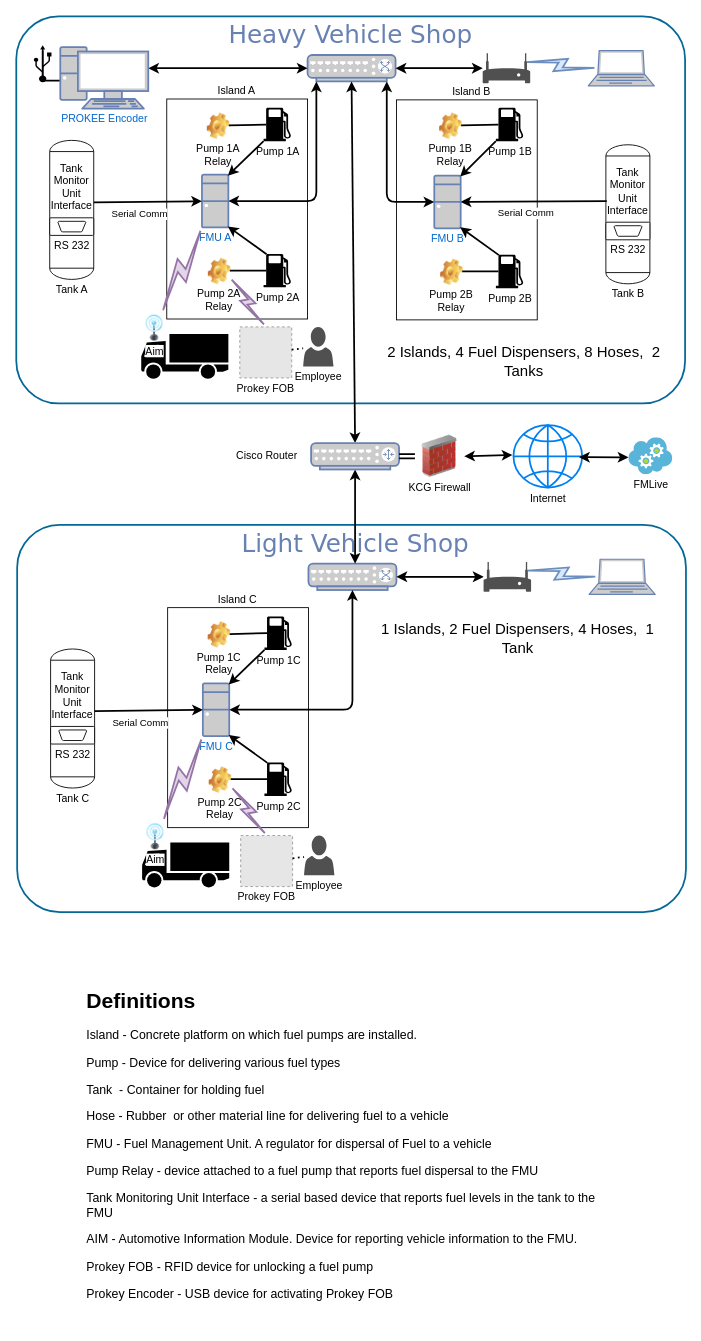
Before: Diagrams/FMLiveKCGHardwareDia.drawio in rpwaltz/FleetServices, a draw.io diagram. Source tidied: cells renumbered, new cells numbered last; positions are measured from the earlier drawing's top-left corner, leaving out a move shared by most shapes. Both pictures are drawn from the tidied source at 88%, with x=0, y=0 at pixel (16, 16). Pictures stored in the file or linked from it are replaced by grey dashed boxes.
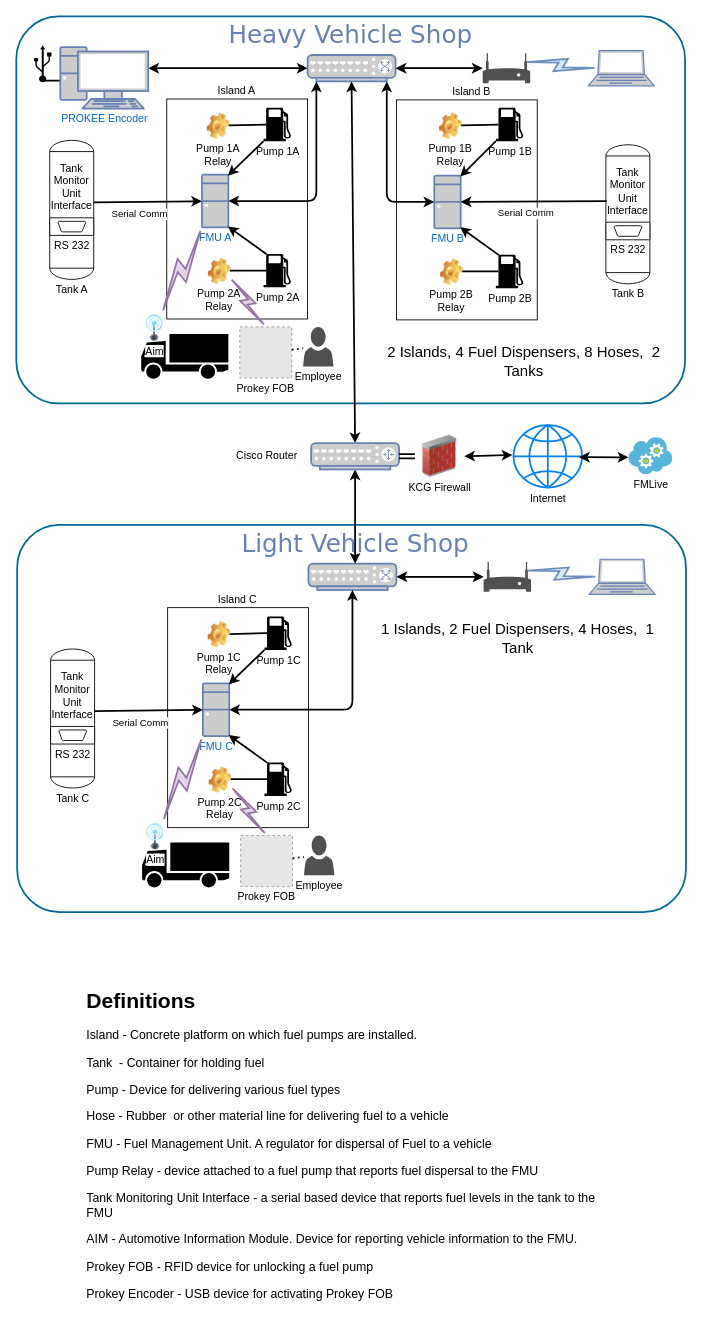
Above is the later version.

Commit message:
Changing order of definitions

What changed in the source:
```diff
@@
-    <mxCell id="110" value="&lt;h1&gt;Definitions&lt;br&gt;&lt;/h1&gt;&lt;p style=&quot;font-size: 14px&quot;&gt;&lt;font style=&quot;font-size: 14px&quot;&gt;Island - Concrete platform on which fuel pumps are installed.&lt;/font&gt;&lt;/p&gt;&lt;p style=&quot;font-size: 14px&quot;&gt;&lt;font style=&quot;font-size: 14px&quot;&gt;Pump - Device for delivering various fuel types&lt;/font&gt;&lt;/p&gt;&lt;p style=&quot;font-size: 14px&quot;&gt;&lt;font style=&quot;font-size: 14px&quot;&gt;Tank&amp;nbsp; - Container for holding fuel&lt;/font&gt;&lt;/p&gt;&lt;p style=&quot;font-size: 14px&quot;&gt;&lt;font style=&quot;font-size: 14px&quot;&gt;Hose - Rubber&amp;nbsp; or other material line for delivering fuel to a vehicle&lt;/font&gt;&lt;/p&gt;&lt;p style=&quot;font-size: 14px&quot;&gt;&lt;font style=&quot;font-size: 14px&quot;&gt;FMU - Fuel Management Unit. A regulator for dispersal of Fuel to a vehicle&lt;/font&gt;&lt;/p&gt;&lt;p style=&quot;font-size: 14px&quot;&gt;&lt;font style=&quot;font-size: 14px&quot;&gt;Pump Relay - device attached to a fuel pump that reports fuel dispersal to the FMU&lt;/font&gt;&lt;/p&gt;&lt;p style=&quot;font-size: 14px&quot;&gt;&lt;font style=&quot;font-size: 14px&quot;&gt;Tank Monitoring Unit Interface - a serial based device that reports fuel levels in the tank to the FMU&lt;/font&gt;&lt;/p&gt;&lt;p style=&quot;font-size: 14px&quot;&gt;&lt;font style=&quot;font-size: 14px&quot;&gt;AIM - &lt;span class=&quot;aCOpRe&quot;&gt;&lt;span&gt;Automotive Information Module. Device for reporting vehicle information to the FMU.&lt;/span&gt;&lt;/span&gt;&lt;/font&gt;&lt;/p&gt;&lt;p style=&quot;font-size: 14px&quot;&gt;&lt;font style=&quot;font-size: 14px&quot;&gt;Prokey FOB - RFID device for unlocking a fuel pump&lt;/font&gt;&lt;/p&gt;&lt;p style=&quot;font-size: 14px&quot;&gt;&lt;font style=&quot;font-size: 14px&quot;&gt;Prokey Encoder - USB device for activating Prokey FOB&lt;/font&gt;&lt;br&gt;&lt;/p&gt;&lt;p&gt;&lt;br&gt;&lt;span class=&quot;aCOpRe&quot;&gt;&lt;span&gt;&lt;em&gt;&lt;/em&gt;&lt;/span&gt;&lt;/span&gt;&lt;/p&gt;&lt;p&gt;&lt;br&gt;&lt;/p&gt;" style="text;html=1;strokeColor=none;fillColor=none;spacing=5;spacingTop=-20;whiteSpace=wrap;overflow=hidden;rounded=0;" parent="1" vertex="1">
+    <mxCell id="110" value="&lt;h1&gt;Definitions&lt;br&gt;&lt;/h1&gt;&lt;p style=&quot;font-size: 14px&quot;&gt;&lt;font style=&quot;font-size: 14px&quot;&gt;Island - Concrete platform on which fuel pumps are installed.&lt;/font&gt;&lt;/p&gt;&lt;p style=&quot;font-size: 14px&quot;&gt;&lt;font style=&quot;font-size: 14px&quot;&gt;&lt;font style=&quot;font-size: 14px&quot;&gt;&lt;font style=&quot;font-size: 14px&quot;&gt;Tank&amp;nbsp; - Container for holding fuel&lt;/font&gt;&lt;/font&gt;&lt;/font&gt;&lt;/p&gt;&lt;font style=&quot;font-size: 14px&quot;&gt;Pump - Device for delivering various fuel types&lt;/font&gt;&lt;p style=&quot;font-size: 14px&quot;&gt;&lt;font style=&quot;font-size: 14px&quot;&gt;Hose - Rubber&amp;nbsp; or other material line for delivering fuel to a vehicle&lt;/font&gt;&lt;/p&gt;&lt;p style=&quot;font-size: 14px&quot;&gt;&lt;font style=&quot;font-size: 14px&quot;&gt;FMU - Fuel Management Unit. A regulator for dispersal of Fuel to a vehicle&lt;/font&gt;&lt;/p&gt;&lt;p style=&quot;font-size: 14px&quot;&gt;&lt;font style=&quot;font-size: 14px&quot;&gt;Pump Relay - device attached to a fuel pump that reports fuel dispersal to the FMU&lt;/font&gt;&lt;/p&gt;&lt;p style=&quot;font-size: 14px&quot;&gt;&lt;font style=&quot;font-size: 14px&quot;&gt;Tank Monitoring Unit Interface - a serial based device that reports fuel levels in the tank to the FMU&lt;/font&gt;&lt;/p&gt;&lt;p style=&quot;font-size: 14px&quot;&gt;&lt;font style=&quot;font-size: 14px&quot;&gt;AIM - &lt;span class=&quot;aCOpRe&quot;&gt;&lt;span&gt;Automotive Information Module. Device for reporting vehicle information to the FMU.&lt;/span&gt;&lt;/span&gt;&lt;/font&gt;&lt;/p&gt;&lt;p style=&quot;font-size: 14px&quot;&gt;&lt;font style=&quot;font-size: 14px&quot;&gt;Prokey FOB - RFID device for unlocking a fuel pump&lt;/font&gt;&lt;/p&gt;&lt;p style=&quot;font-size: 14px&quot;&gt;&lt;font style=&quot;font-size: 14px&quot;&gt;Prokey Encoder - USB device for activating Prokey FOB&lt;/font&gt;&lt;br&gt;&lt;/p&gt;&lt;p&gt;&lt;br&gt;&lt;span class=&quot;aCOpRe&quot;&gt;&lt;span&gt;&lt;em&gt;&lt;/em&gt;&lt;/span&gt;&lt;/span&gt;&lt;/p&gt;&lt;p&gt;&lt;br&gt;&lt;/p&gt;" style="text;html=1;strokeColor=none;fillColor=none;spacing=5;spacingTop=-20;whiteSpace=wrap;overflow=hidden;rounded=0;" parent="1" vertex="1">
       <mxGeometry x="75" y="1099" width="605" height="390" as="geometry" />
     </mxCell>
```
